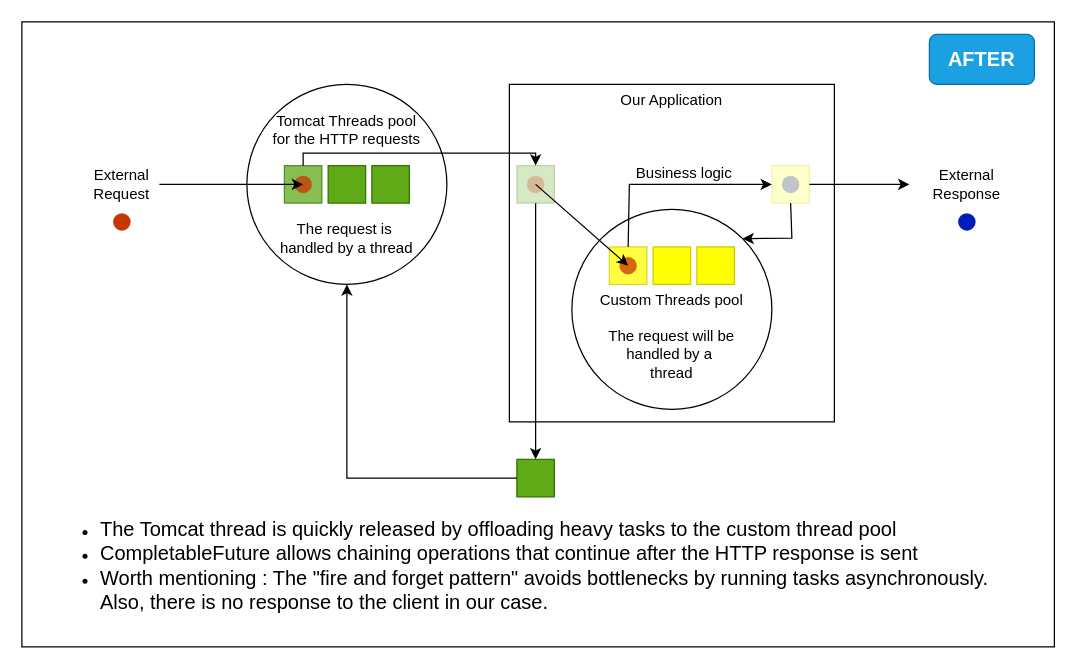
MR-BOUBAKOUR/p8-DistributedSystems-spring-modulith keeps this draw.io diagram as img/p8_async.drawio. Above is the earlier version. Source tidied: cells renumbered, new cells numbered last; positions are measured from the earlier drawing's top-left corner, leaving out a move shared by most shapes. Both pictures are drawn from the tidied source at 125%, with x=0, y=0 at pixel (21, 21).
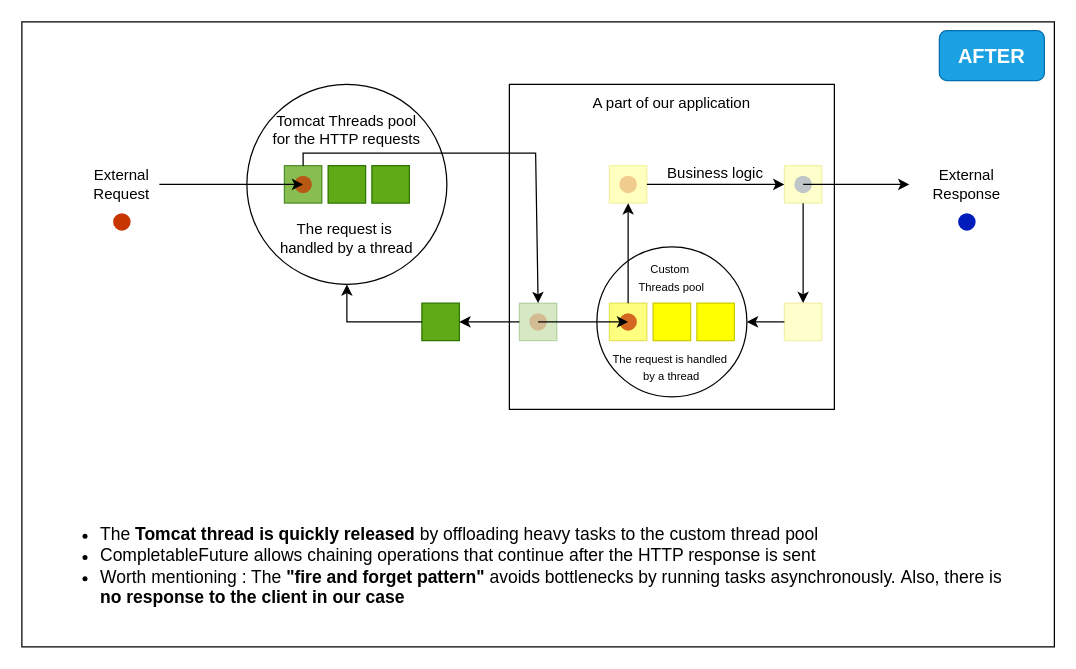
The same diagram, later.

The change refers to these unchanged cells:
```xml
<mxCell id="4" value="Tomcat Threads pool&lt;div&gt;for the HTTP requests&lt;/div&gt;&lt;div&gt;&lt;br&gt;&lt;/div&gt;&lt;div&gt;&lt;br&gt;&lt;/div&gt;&lt;div&gt;&lt;br&gt;&lt;/div&gt;&lt;div&gt;&lt;br&gt;&lt;/div&gt;&lt;div&gt;The request is&amp;nbsp;&lt;/div&gt;&lt;div&gt;handled by a thread&lt;/div&gt;" style="ellipse;whiteSpace=wrap;html=1;" parent="1" vertex="1">
  <mxGeometry x="180" y="50" width="160" height="160" as="geometry" />
</mxCell>
```

The edit, as a diff of the source:
```diff
@@
-    <mxCell id="2" style="rounded=0;whiteSpace=wrap;html=1;" parent="1" vertex="1">
-      <mxGeometry width="826" height="500" as="geometry" />
-    </mxCell>
-    <mxCell id="3" value="Our Application&lt;div&gt;&lt;br&gt;&lt;/div&gt;&lt;div&gt;&lt;br&gt;&lt;/div&gt;&lt;div&gt;&lt;br&gt;&lt;/div&gt;&lt;div&gt;&lt;br&gt;&lt;/div&gt;&lt;div&gt;&lt;br&gt;&lt;/div&gt;&lt;div&gt;&lt;br&gt;&lt;/div&gt;&lt;div&gt;&lt;br&gt;&lt;/div&gt;&lt;div&gt;&lt;br&gt;&lt;/div&gt;&lt;div&gt;&lt;br&gt;&lt;/div&gt;&lt;div&gt;&lt;br&gt;&lt;/div&gt;&lt;div&gt;&lt;br&gt;&lt;/div&gt;&lt;div&gt;&lt;br&gt;&lt;/div&gt;&lt;div&gt;&lt;br&gt;&lt;/div&gt;&lt;div&gt;&lt;br&gt;&lt;/div&gt;&lt;div&gt;&lt;br&gt;&lt;/div&gt;&lt;div&gt;&lt;br&gt;&lt;/div&gt;&lt;div&gt;&lt;br&gt;&lt;/div&gt;" style="rounded=0;whiteSpace=wrap;html=1;" parent="1" vertex="1">
-      <mxGeometry x="390" y="50" width="260" height="270" as="geometry" />
-    </mxCell>
+    <mxCell id="34" style="rounded=0;whiteSpace=wrap;html=1;" parent="1" vertex="1">
+      <mxGeometry width="826" height="500" as="geometry" />
+    </mxCell>
+    <mxCell id="35" value="A part of our application&lt;div&gt;&lt;br&gt;&lt;/div&gt;&lt;div&gt;&lt;br&gt;&lt;/div&gt;&lt;div&gt;&lt;br&gt;&lt;/div&gt;&lt;div&gt;&lt;br&gt;&lt;/div&gt;&lt;div&gt;&lt;br&gt;&lt;/div&gt;&lt;div&gt;&lt;br&gt;&lt;/div&gt;&lt;div&gt;&lt;br&gt;&lt;/div&gt;&lt;div&gt;&lt;br&gt;&lt;/div&gt;&lt;div&gt;&lt;br&gt;&lt;/div&gt;&lt;div&gt;&lt;br&gt;&lt;/div&gt;&lt;div&gt;&lt;br&gt;&lt;/div&gt;&lt;div&gt;&lt;br&gt;&lt;/div&gt;&lt;div&gt;&lt;br&gt;&lt;/div&gt;&lt;div&gt;&lt;br&gt;&lt;/div&gt;&lt;div&gt;&lt;br&gt;&lt;/div&gt;&lt;div&gt;&lt;br&gt;&lt;/div&gt;" style="rounded=0;whiteSpace=wrap;html=1;" parent="1" vertex="1">
+      <mxGeometry x="390" y="50" width="260" height="260" as="geometry" />
+    </mxCell>
@@
-    <mxCell id="6" style="shape=waypoint;sketch=0;fillStyle=solid;size=6;fillColor=#fa6800;perimeter=centerPerimeter;strokeWidth=5;fontColor=#000000;strokeColor=#C73500;" parent="1" vertex="1">
-      <mxGeometry x="70" y="150" width="20" height="20" as="geometry" />
-    </mxCell>
-    <mxCell id="7" style="rounded=0;whiteSpace=wrap;html=1;fillColor=#60a917;fontColor=#ffffff;strokeColor=#2D7600;opacity=25;" parent="1" vertex="1">
-      <mxGeometry x="396" y="115" width="30" height="30" as="geometry" />
-    </mxCell>
-    <mxCell id="8" style="shape=waypoint;sketch=0;fillStyle=solid;size=6;points=[];fillColor=#fa6800;perimeter=centerPerimeter;snapToPoint=1;strokeWidth=5;fontColor=#000000;strokeColor=#C73500;opacity=25;" parent="1" vertex="1">
-      <mxGeometry x="401" y="120" width="20" height="20" as="geometry" />
-    </mxCell>
-    <mxCell id="9" style="rounded=0;whiteSpace=wrap;html=1;fillColor=#60a917;fontColor=#ffffff;strokeColor=#2D7600;opacity=75;" parent="1" vertex="1">
-      <mxGeometry x="210" y="115" width="30" height="30" as="geometry" />
-    </mxCell>
-    <mxCell id="10" style="rounded=0;whiteSpace=wrap;html=1;fillColor=#60a917;fontColor=#ffffff;strokeColor=#2D7600;" parent="1" vertex="1">
-      <mxGeometry x="245" y="115" width="30" height="30" as="geometry" />
-    </mxCell>
-    <mxCell id="11" style="rounded=0;whiteSpace=wrap;html=1;fillColor=#60a917;fontColor=#ffffff;strokeColor=#2D7600;" parent="1" vertex="1">
-      <mxGeometry x="280" y="115" width="30" height="30" as="geometry" />
-    </mxCell>
-    <mxCell id="12" style="endArrow=classic;html=1;rounded=0;entryX=0.5;entryY=0;entryDx=0;entryDy=0;exitX=0.5;exitY=0;exitDx=0;exitDy=0;" parent="1" edge="1" source="9" target="7">
-      <mxGeometry relative="1" as="geometry">
-        <Array as="points">
-          <mxPoint x="225" y="105" />
-          <mxPoint x="411" y="105" />
-        </Array>
-      </mxGeometry>
-    </mxCell>
-    <mxCell id="13" style="rounded=0;whiteSpace=wrap;html=1;fillColor=#FFFF33;fontColor=#ffffff;strokeColor=#CCCC00;opacity=25;" parent="1" vertex="1">
-      <mxGeometry x="600" y="115" width="30" height="30" as="geometry" />
-    </mxCell>
-    <mxCell id="14" style="shape=waypoint;sketch=0;fillStyle=solid;size=6;fillColor=#0050ef;perimeter=centerPerimeter;strokeWidth=5;fontColor=#ffffff;strokeColor=#001DBC;opacity=25;" parent="1" vertex="1">
-      <mxGeometry x="605" y="120" width="20" height="20" as="geometry" />
-    </mxCell>
-    <mxCell id="15" style="shape=waypoint;sketch=0;fillStyle=solid;size=6;points=[];fillColor=#fa6800;perimeter=centerPerimeter;snapToPoint=1;strokeWidth=5;fontColor=#000000;strokeColor=#C73500;opacity=75;" parent="1" vertex="1">
-      <mxGeometry x="215" y="120" width="20" height="20" as="geometry" />
-    </mxCell>
-    <mxCell id="16" style="endArrow=classic;html=1;rounded=0;entryX=0.15;entryY=0.45;entryDx=0;entryDy=0;entryPerimeter=0;" parent="1" edge="1" target="15">
-      <mxGeometry relative="1" as="geometry">
-        <mxPoint x="110" y="130" as="sourcePoint" />
-      </mxGeometry>
-    </mxCell>
-    <mxCell id="17" style="endArrow=classic;html=1;rounded=0;entryX=0;entryY=0.5;entryDx=0;entryDy=0;exitX=1;exitY=0.5;exitDx=0;exitDy=0;edgeStyle=elbowEdgeStyle;" parent="1" edge="1" source="13">
-      <mxGeometry relative="1" as="geometry">
-        <mxPoint x="710" y="130" as="targetPoint" />
-      </mxGeometry>
-    </mxCell>
-    <mxCell id="18" style="shape=waypoint;sketch=0;fillStyle=solid;size=6;fillColor=#0050ef;perimeter=centerPerimeter;strokeWidth=5;fontColor=#ffffff;strokeColor=#001DBC;" parent="1" vertex="1">
-      <mxGeometry x="746" y="150" width="20" height="20" as="geometry" />
-    </mxCell>
+    <mxCell id="36" style="shape=waypoint;sketch=0;fillStyle=solid;size=6;fillColor=#fa6800;perimeter=centerPerimeter;strokeWidth=5;fontColor=#000000;strokeColor=#C73500;" parent="1" vertex="1">
+      <mxGeometry x="70" y="150" width="20" height="20" as="geometry" />
+    </mxCell>
+    <mxCell id="37" style="rounded=0;whiteSpace=wrap;html=1;fillColor=#60a917;fontColor=#ffffff;strokeColor=#2D7600;opacity=25;" parent="1" vertex="1">
+      <mxGeometry x="398" y="225" width="30" height="30" as="geometry" />
+    </mxCell>
+    <mxCell id="38" style="shape=waypoint;sketch=0;fillStyle=solid;size=6;points=[];fillColor=#fa6800;perimeter=centerPerimeter;snapToPoint=1;strokeWidth=5;fontColor=#000000;strokeColor=#C73500;opacity=25;" parent="1" vertex="1">
+      <mxGeometry x="403" y="230" width="20" height="20" as="geometry" />
+    </mxCell>
+    <mxCell id="39" style="rounded=0;whiteSpace=wrap;html=1;fillColor=#60a917;fontColor=#ffffff;strokeColor=#2D7600;opacity=75;" parent="1" vertex="1">
+      <mxGeometry x="210" y="115" width="30" height="30" as="geometry" />
+    </mxCell>
+    <mxCell id="40" style="rounded=0;whiteSpace=wrap;html=1;fillColor=#60a917;fontColor=#ffffff;strokeColor=#2D7600;" parent="1" vertex="1">
+      <mxGeometry x="245" y="115" width="30" height="30" as="geometry" />
+    </mxCell>
+    <mxCell id="41" style="rounded=0;whiteSpace=wrap;html=1;fillColor=#60a917;fontColor=#ffffff;strokeColor=#2D7600;" parent="1" vertex="1">
+      <mxGeometry x="280" y="115" width="30" height="30" as="geometry" />
+    </mxCell>
+    <mxCell id="42" style="endArrow=classic;html=1;rounded=0;entryX=0.5;entryY=0;entryDx=0;entryDy=0;exitX=0.5;exitY=0;exitDx=0;exitDy=0;" parent="1" edge="1" source="39" target="37">
+      <mxGeometry relative="1" as="geometry">
+        <Array as="points">
+          <mxPoint x="225" y="105" />
+          <mxPoint x="411" y="105" />
+        </Array>
+      </mxGeometry>
+    </mxCell>
+    <mxCell id="43" style="rounded=0;whiteSpace=wrap;html=1;fillColor=#FFFF33;fontColor=#ffffff;strokeColor=#CCCC00;opacity=25;" parent="1" vertex="1">
+      <mxGeometry x="610" y="115" width="30" height="30" as="geometry" />
+    </mxCell>
+    <mxCell id="44" style="shape=waypoint;sketch=0;fillStyle=solid;size=6;points=[];fillColor=#0050ef;perimeter=centerPerimeter;snapToPoint=1;strokeWidth=5;fontColor=#ffffff;strokeColor=#001DBC;opacity=25;" parent="1" vertex="1">
+      <mxGeometry x="615" y="120" width="20" height="20" as="geometry" />
+    </mxCell>
+    <mxCell id="45" style="shape=waypoint;sketch=0;fillStyle=solid;size=6;points=[];fillColor=#fa6800;perimeter=centerPerimeter;snapToPoint=1;strokeWidth=5;fontColor=#000000;strokeColor=#C73500;opacity=75;" parent="1" vertex="1">
+      <mxGeometry x="215" y="120" width="20" height="20" as="geometry" />
+    </mxCell>
+    <mxCell id="46" style="endArrow=classic;html=1;rounded=0;entryX=0.15;entryY=0.45;entryDx=0;entryDy=0;entryPerimeter=0;" parent="1" edge="1" target="45">
+      <mxGeometry relative="1" as="geometry">
+        <mxPoint x="110" y="130" as="sourcePoint" />
+      </mxGeometry>
+    </mxCell>
+    <mxCell id="47" style="endArrow=classic;html=1;rounded=0;entryX=0;entryY=0.5;entryDx=0;entryDy=0;edgeStyle=elbowEdgeStyle;" parent="1" edge="1" source="44">
+      <mxGeometry relative="1" as="geometry">
+        <mxPoint x="710" y="130" as="targetPoint" />
+      </mxGeometry>
+    </mxCell>
+    <mxCell id="48" style="shape=waypoint;sketch=0;fillStyle=solid;size=6;fillColor=#0050ef;perimeter=centerPerimeter;strokeWidth=5;fontColor=#ffffff;strokeColor=#001DBC;" parent="1" vertex="1">
+      <mxGeometry x="746" y="150" width="20" height="20" as="geometry" />
+    </mxCell>
@@
-    <mxCell id="20" style="rounded=0;whiteSpace=wrap;html=1;fillColor=#60a917;fontColor=#ffffff;strokeColor=#2D7600;" parent="1" vertex="1">
-      <mxGeometry x="396" y="350" width="30" height="30" as="geometry" />
-    </mxCell>
-    <mxCell id="21" style="endArrow=classic;html=1;rounded=0;entryX=0.5;entryY=1;entryDx=0;entryDy=0;exitX=0;exitY=0.5;exitDx=0;exitDy=0;edgeStyle=elbowEdgeStyle;" parent="1" edge="1" source="20" target="4">
-      <mxGeometry relative="1" as="geometry">
-        <Array as="points">
-          <mxPoint x="260" y="255" />
-        </Array>
-      </mxGeometry>
-    </mxCell>
-    <mxCell id="22" value="&lt;ul&gt;&lt;li&gt;&lt;span style=&quot;font-size: 16px;&quot;&gt;The Tomcat thread is quickly released by offloading heavy tasks to the custom thread pool&lt;/span&gt;&lt;/li&gt;&lt;li&gt;&lt;span style=&quot;font-size: 16px;&quot;&gt;CompletableFuture allows chaining operations that continue after the HTTP response is sent&lt;/span&gt;&lt;/li&gt;&lt;li&gt;&lt;span style=&quot;font-size: 16px;&quot;&gt;Worth mentioning : The &quot;fire and forget pattern&quot; avoids bottlenecks by running tasks asynchronously. Also, there is no response to the client in our case.&lt;/span&gt;&lt;/li&gt;&lt;/ul&gt;" style="text;html=1;align=left;verticalAlign=middle;whiteSpace=wrap;rounded=0;" parent="1" vertex="1">
-      <mxGeometry x="21" y="390" width="780" height="90" as="geometry" />
-    </mxCell>
+    <mxCell id="49" style="rounded=0;whiteSpace=wrap;html=1;fillColor=#60a917;fontColor=#ffffff;strokeColor=#2D7600;" parent="1" vertex="1">
+      <mxGeometry x="320" y="225" width="30" height="30" as="geometry" />
+    </mxCell>
+    <mxCell id="50" style="endArrow=classic;html=1;rounded=0;entryX=0.5;entryY=1;entryDx=0;entryDy=0;exitX=0;exitY=0.5;exitDx=0;exitDy=0;edgeStyle=elbowEdgeStyle;" parent="1" edge="1" source="49" target="4">
+      <mxGeometry relative="1" as="geometry">
+        <Array as="points">
+          <mxPoint x="260" y="255" />
+        </Array>
+      </mxGeometry>
+    </mxCell>
+    <mxCell id="51" value="&lt;ul&gt;&lt;li&gt;&lt;font style=&quot;font-size: 14px;&quot;&gt;The &lt;b&gt;Tomcat thread is quickly released&lt;/b&gt; by offloading heavy tasks to the custom thread pool&lt;/font&gt;&lt;/li&gt;&lt;li&gt;&lt;font style=&quot;font-size: 14px;&quot;&gt;CompletableFuture allows chaining operations that continue after the HTTP response is sent&lt;/font&gt;&lt;/li&gt;&lt;li&gt;&lt;font style=&quot;font-size: 14px;&quot;&gt;Worth mentioning : The &lt;b&gt;&quot;fire and forget pattern&quot;&lt;/b&gt; avoids bottlenecks by running tasks asynchronously.&lt;/font&gt;&lt;font style=&quot;font-size: 14px;&quot;&gt;&lt;font style=&quot;&quot;&gt;&amp;nbsp;&lt;/font&gt;Also, there is &lt;b&gt;no response to the client in our case&lt;/b&gt;&lt;/font&gt;&lt;/li&gt;&lt;/ul&gt;" style="text;html=1;align=left;verticalAlign=middle;whiteSpace=wrap;rounded=0;" parent="1" vertex="1">
+      <mxGeometry x="21" y="390" width="780" height="90" as="geometry" />
+    </mxCell>
     <mxCell id="23" value="Business logic" style="text;html=1;align=center;verticalAlign=middle;whiteSpace=wrap;rounded=0;" parent="1" vertex="1">
-      <mxGeometry x="475" y="106" width="110" height="30" as="geometry" />
+      <mxGeometry x="500" y="106" width="110" height="30" as="geometry" />
     </mxCell>
     <mxCell id="24" value="&lt;font style=&quot;color: rgb(255, 255, 255); font-size: 16px;&quot;&gt;&lt;b&gt;AFTER&lt;/b&gt;&lt;/font&gt;" style="rounded=1;whiteSpace=wrap;html=1;fillColor=#1ba1e2;strokeColor=#006EAF;fontColor=#ffffff;" parent="1" vertex="1">
-      <mxGeometry x="726" y="10" width="84" height="40" as="geometry" />
+      <mxGeometry x="734" y="7" width="84" height="40" as="geometry" />
     </mxCell>
-    <mxCell id="25" style="endArrow=classic;html=1;rounded=0;exitX=0.5;exitY=1;exitDx=0;exitDy=0;entryX=0.5;entryY=0;entryDx=0;entryDy=0;" parent="1" edge="1" source="7" target="20">
-      <mxGeometry relative="1" as="geometry" />
-    </mxCell>
-    <mxCell id="26" value="&lt;div&gt;&lt;br&gt;&lt;/div&gt;&lt;div&gt;&lt;br&gt;&lt;/div&gt;&lt;div&gt;&lt;br&gt;&lt;/div&gt;&lt;div&gt;Custom Threads pool&lt;/div&gt;&lt;div&gt;&lt;br&gt;&lt;/div&gt;&lt;div&gt;The request will be&lt;/div&gt;&lt;div&gt;handled by a&amp;nbsp;&lt;/div&gt;&lt;div&gt;thread&lt;/div&gt;" style="ellipse;whiteSpace=wrap;html=1;" parent="1" vertex="1">
-      <mxGeometry x="440" y="150" width="160" height="160" as="geometry" />
-    </mxCell>
-    <mxCell id="27" style="rounded=0;whiteSpace=wrap;html=1;fillColor=#FFFF00;fontColor=#ffffff;strokeColor=#CCCC00;opacity=75;" parent="1" vertex="1">
-      <mxGeometry x="470" y="180" width="30" height="30" as="geometry" />
-    </mxCell>
-    <mxCell id="28" style="rounded=0;whiteSpace=wrap;html=1;fillColor=#FFFF00;fontColor=#ffffff;strokeColor=#CCCC00;" parent="1" vertex="1">
-      <mxGeometry x="505" y="180" width="30" height="30" as="geometry" />
-    </mxCell>
-    <mxCell id="29" style="rounded=0;whiteSpace=wrap;html=1;fillColor=#FFFF00;fontColor=#ffffff;strokeColor=#CCCC00;" parent="1" vertex="1">
-      <mxGeometry x="540" y="180" width="30" height="30" as="geometry" />
-    </mxCell>
-    <mxCell id="30" style="shape=waypoint;sketch=0;fillStyle=solid;size=6;points=[];fillColor=#fa6800;perimeter=centerPerimeter;snapToPoint=1;strokeWidth=5;fontColor=#000000;strokeColor=#C73500;opacity=75;" parent="1" vertex="1">
-      <mxGeometry x="475" y="185" width="20" height="20" as="geometry" />
-    </mxCell>
-    <mxCell id="31" style="endArrow=classic;html=1;rounded=0;" parent="1" edge="1" source="8" target="30">
-      <mxGeometry relative="1" as="geometry" />
-    </mxCell>
-    <mxCell id="32" style="endArrow=classic;html=1;rounded=0;entryX=0;entryY=0.5;entryDx=0;entryDy=0;exitX=0.5;exitY=0;exitDx=0;exitDy=0;" parent="1" edge="1" source="27" target="13">
-      <mxGeometry relative="1" as="geometry">
-        <Array as="points">
-          <mxPoint x="486" y="130" />
-        </Array>
-      </mxGeometry>
-    </mxCell>
-    <mxCell id="33" style="endArrow=classic;html=1;rounded=0;entryX=1;entryY=0;entryDx=0;entryDy=0;exitX=0.5;exitY=1;exitDx=0;exitDy=0;" parent="1" edge="1" source="13" target="26">
-      <mxGeometry relative="1" as="geometry">
-        <Array as="points">
-          <mxPoint x="616" y="173" />
-        </Array>
-      </mxGeometry>
-    </mxCell>
+    <mxCell id="52" style="endArrow=classic;html=1;rounded=0;exitX=0;exitY=0.5;exitDx=0;exitDy=0;entryX=1;entryY=0.5;entryDx=0;entryDy=0;" parent="1" edge="1" source="37" target="49">
+      <mxGeometry relative="1" as="geometry" />
+    </mxCell>
+    <mxCell id="53" value="&lt;div&gt;&lt;span style=&quot;background-color: transparent; color: light-dark(rgb(0, 0, 0), rgb(255, 255, 255));&quot;&gt;&lt;font style=&quot;font-size: 9px;&quot;&gt;Custom&amp;nbsp;&lt;/font&gt;&lt;/span&gt;&lt;/div&gt;&lt;div&gt;&lt;div&gt;&lt;font style=&quot;font-size: 9px;&quot;&gt;Threads&amp;nbsp;&lt;span style=&quot;background-color: transparent; color: light-dark(rgb(0, 0, 0), rgb(255, 255, 255));&quot;&gt;pool&lt;/span&gt;&lt;/font&gt;&lt;/div&gt;&lt;/div&gt;&lt;div&gt;&lt;font style=&quot;font-size: 9px;&quot;&gt;&lt;br&gt;&lt;/font&gt;&lt;/div&gt;&lt;div&gt;&lt;font style=&quot;font-size: 9px;&quot;&gt;&lt;br&gt;&lt;/font&gt;&lt;/div&gt;&lt;div&gt;&lt;font style=&quot;font-size: 9px;&quot;&gt;&lt;br&gt;&lt;/font&gt;&lt;/div&gt;&lt;div&gt;&lt;div&gt;&lt;font style=&quot;font-size: 9px;&quot;&gt;The request is&amp;nbsp;&lt;/font&gt;&lt;span style=&quot;font-size: 9px; background-color: transparent; color: light-dark(rgb(0, 0, 0), rgb(255, 255, 255));&quot;&gt;handled&amp;nbsp;&lt;/span&gt;&lt;/div&gt;&lt;div&gt;&lt;font style=&quot;background-color: transparent; color: light-dark(rgb(0, 0, 0), rgb(255, 255, 255)); font-size: 9px;&quot;&gt;by&amp;nbsp;&lt;/font&gt;&lt;font style=&quot;background-color: transparent; color: light-dark(rgb(0, 0, 0), rgb(255, 255, 255)); font-size: 9px;&quot;&gt;&lt;span style=&quot;background-color: transparent; color: light-dark(rgb(0, 0, 0), rgb(255, 255, 255));&quot;&gt;a&amp;nbsp;&lt;/span&gt;&lt;/font&gt;&lt;span style=&quot;background-color: transparent; color: light-dark(rgb(0, 0, 0), rgb(255, 255, 255)); font-size: 9px;&quot;&gt;thread&lt;/span&gt;&lt;/div&gt;&lt;/div&gt;" style="ellipse;whiteSpace=wrap;html=1;" parent="1" vertex="1">
+      <mxGeometry x="460" y="180" width="120" height="120" as="geometry" />
+    </mxCell>
+    <mxCell id="54" style="rounded=0;whiteSpace=wrap;html=1;fillColor=#FFFF00;fontColor=#ffffff;strokeColor=#CCCC00;opacity=50;" parent="1" vertex="1">
+      <mxGeometry x="470" y="225" width="30" height="30" as="geometry" />
+    </mxCell>
+    <mxCell id="55" style="rounded=0;whiteSpace=wrap;html=1;fillColor=#FFFF00;fontColor=#ffffff;strokeColor=#CCCC00;" parent="1" vertex="1">
+      <mxGeometry x="505" y="225" width="30" height="30" as="geometry" />
+    </mxCell>
+    <mxCell id="56" style="rounded=0;whiteSpace=wrap;html=1;fillColor=#FFFF00;fontColor=#ffffff;strokeColor=#CCCC00;" parent="1" vertex="1">
+      <mxGeometry x="540" y="225" width="30" height="30" as="geometry" />
+    </mxCell>
+    <mxCell id="57" style="shape=waypoint;sketch=0;fillStyle=solid;size=6;points=[];fillColor=#fa6800;perimeter=centerPerimeter;snapToPoint=1;strokeWidth=5;fontColor=#000000;strokeColor=#C73500;opacity=75;" parent="1" vertex="1">
+      <mxGeometry x="475" y="230" width="20" height="20" as="geometry" />
+    </mxCell>
+    <mxCell id="58" style="endArrow=classic;html=1;rounded=0;" parent="1" edge="1" source="38" target="57">
+      <mxGeometry relative="1" as="geometry" />
+    </mxCell>
+    <mxCell id="59" style="rounded=0;whiteSpace=wrap;html=1;fillColor=#FFFF00;fontColor=#ffffff;strokeColor=#CCCC00;opacity=25;" parent="1" vertex="1">
+      <mxGeometry x="470" y="115" width="30" height="30" as="geometry" />
+    </mxCell>
+    <mxCell id="60" style="shape=waypoint;sketch=0;fillStyle=solid;size=6;fillColor=#fa6800;perimeter=centerPerimeter;strokeWidth=5;fontColor=#000000;strokeColor=#C73500;opacity=25;" parent="1" vertex="1">
+      <mxGeometry x="475" y="120" width="20" height="20" as="geometry" />
+    </mxCell>
+    <mxCell id="61" style="endArrow=classic;html=1;rounded=0;exitX=0.5;exitY=0;exitDx=0;exitDy=0;entryX=0.5;entryY=1;entryDx=0;entryDy=0;" parent="1" edge="1" source="54" target="59">
+      <mxGeometry relative="1" as="geometry" />
+    </mxCell>
+    <mxCell id="62" style="endArrow=classic;html=1;rounded=0;exitX=1;exitY=0.5;exitDx=0;exitDy=0;entryX=0;entryY=0.5;entryDx=0;entryDy=0;" parent="1" edge="1" source="59" target="43">
+      <mxGeometry relative="1" as="geometry" />
+    </mxCell>
+    <mxCell id="63" style="endArrow=classic;html=1;rounded=0;entryX=0.5;entryY=0;entryDx=0;entryDy=0;exitX=0.5;exitY=1;exitDx=0;exitDy=0;" parent="1" edge="1" source="43" target="64">
+      <mxGeometry relative="1" as="geometry" />
+    </mxCell>
+    <mxCell id="64" style="rounded=0;whiteSpace=wrap;html=1;fillColor=#FFFF33;fontColor=#ffffff;strokeColor=#CCCC00;opacity=25;" parent="1" vertex="1">
+      <mxGeometry x="610" y="225" width="30" height="30" as="geometry" />
+    </mxCell>
+    <mxCell id="65" style="endArrow=classic;html=1;rounded=0;entryX=1;entryY=0.5;entryDx=0;entryDy=0;exitX=0;exitY=0.5;exitDx=0;exitDy=0;" parent="1" edge="1" source="64" target="53">
+      <mxGeometry relative="1" as="geometry" />
+    </mxCell>
```
